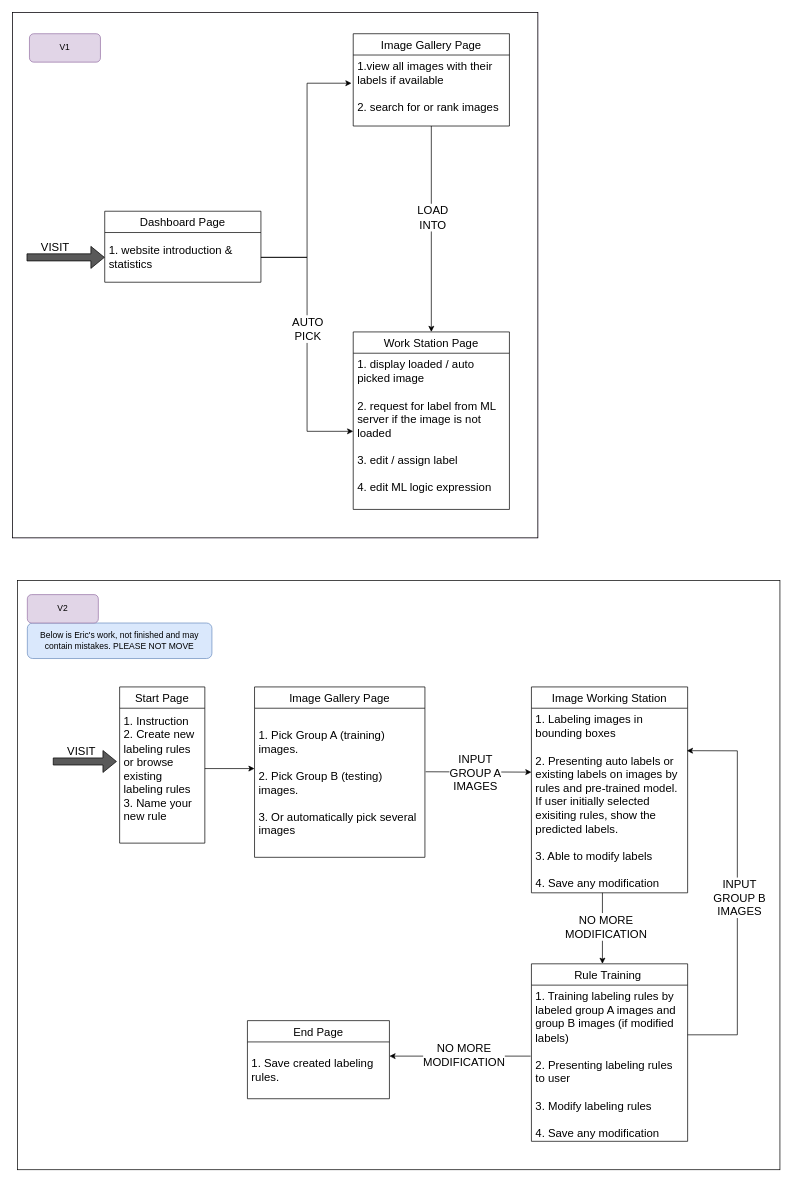
Above: page "Web Routers" (2 of 5) of architecture.drawio in Neural-Symbolic-Image-Labeling/NSILWeb (draw.io), before the change. Source tidied: cells renumbered, new cells numbered last; positions are measured from the earlier drawing's top-left corner, leaving out a move shared by most shapes. Both pictures are drawn from the tidied source at 71%, with x=0, y=0 at pixel (12, 12).
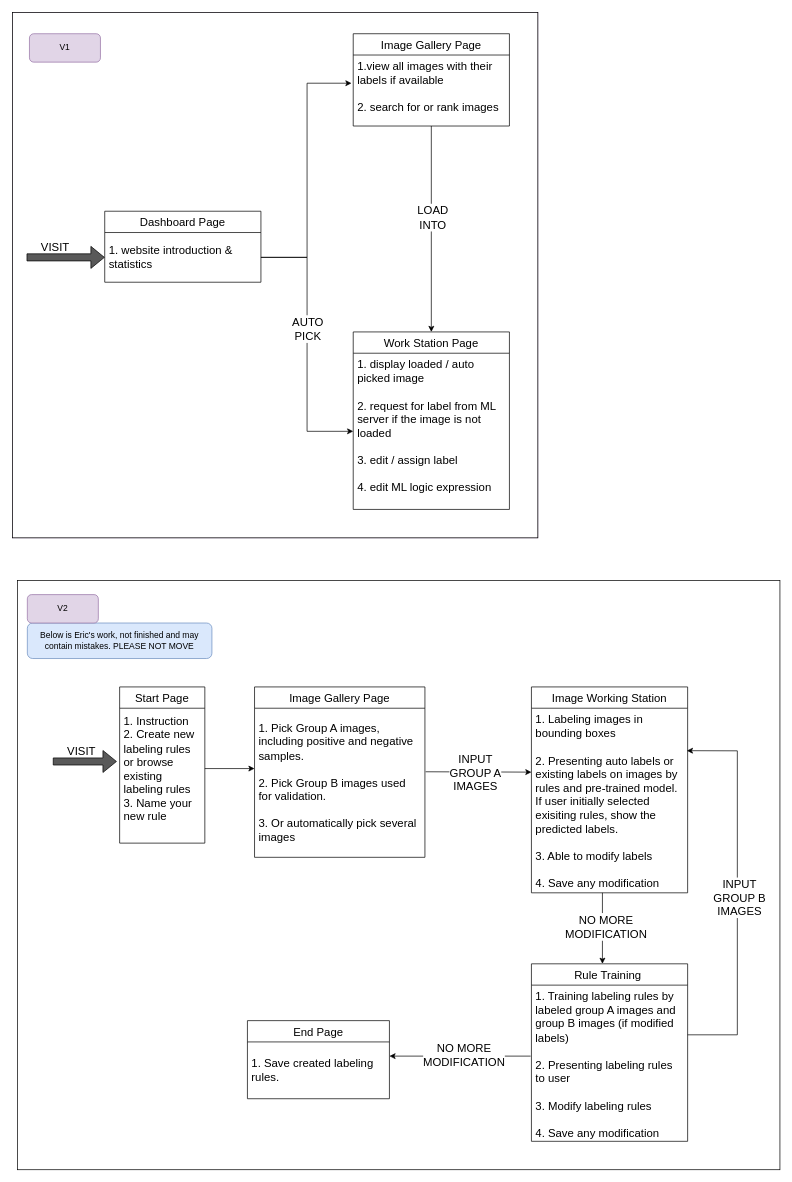
Above is the later version.

The change refers to these unchanged cells:
```xml
<mxCell id="25" value="Image Gallery Page" style="swimlane;fontStyle=0;horizontal=1;startSize=30;fontSize=16;" parent="18" vertex="1">
  <mxGeometry x="334" y="150" width="240" height="240" as="geometry" />
</mxCell>
```

Diff of the diagram source:
```diff
@@
-    <mxCell id="26" value="1. Pick Group A (training) images.&#10;&#10;2. Pick Group B (testing) images.&#10;&#10;3. Or automatically pick several images" style="text;strokeColor=none;fillColor=none;align=left;verticalAlign=middle;spacingLeft=4;spacingRight=4;overflow=hidden;fontSize=16;whiteSpace=wrap;" parent="25" vertex="1">
+    <mxCell id="26" value="1. Pick Group A images, including positive and negative samples.&#10;&#10;2. Pick Group B images used for validation.&#10;&#10;3. Or automatically pick several images" style="text;strokeColor=none;fillColor=none;align=left;verticalAlign=middle;spacingLeft=4;spacingRight=4;overflow=hidden;fontSize=16;whiteSpace=wrap;" parent="25" vertex="1">
       <mxGeometry y="30" width="240" height="210" as="geometry" />
     </mxCell>
```
